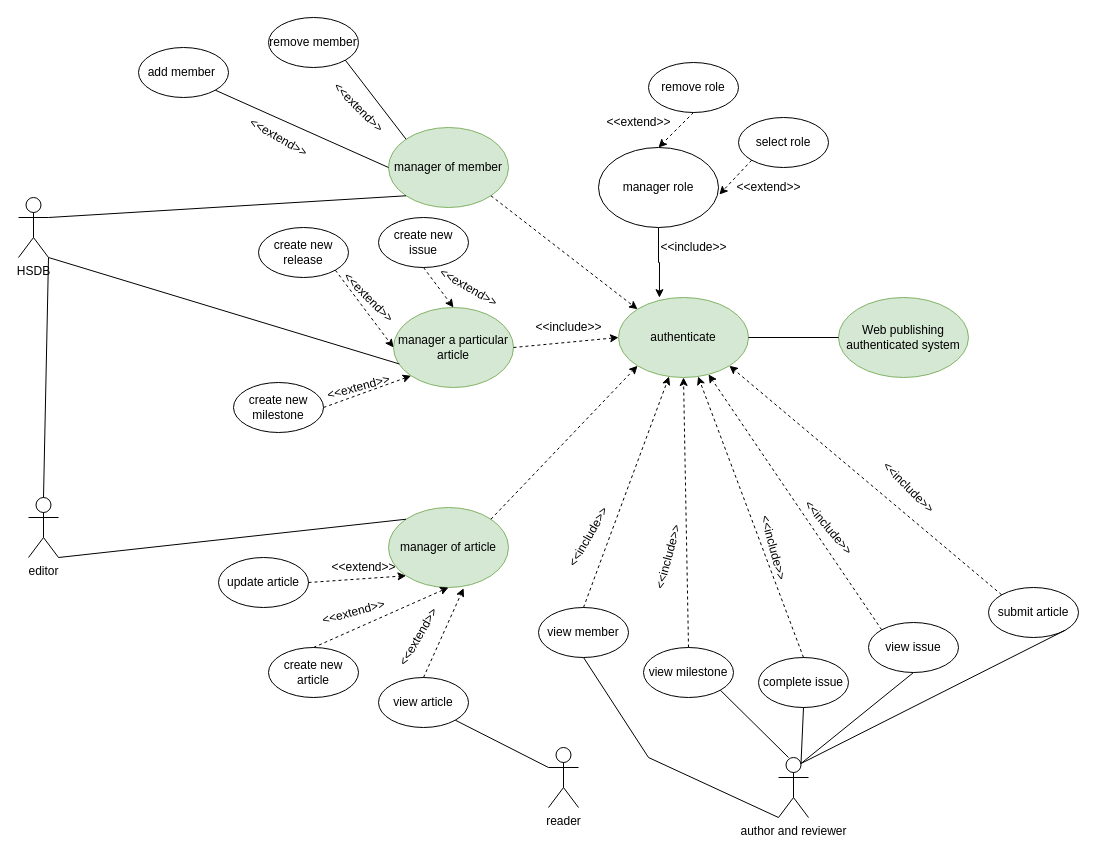
This is Untitled ff.drawio from stephenka00/github-slideshow, a draw.io file, before an edit. Source tidied: cells renumbered, new cells numbered last; positions are measured from the earlier drawing's top-left corner, leaving out a move shared by most shapes. Both pictures are drawn from the tidied source at 100%, with x=0, y=0 at pixel (18, 17).
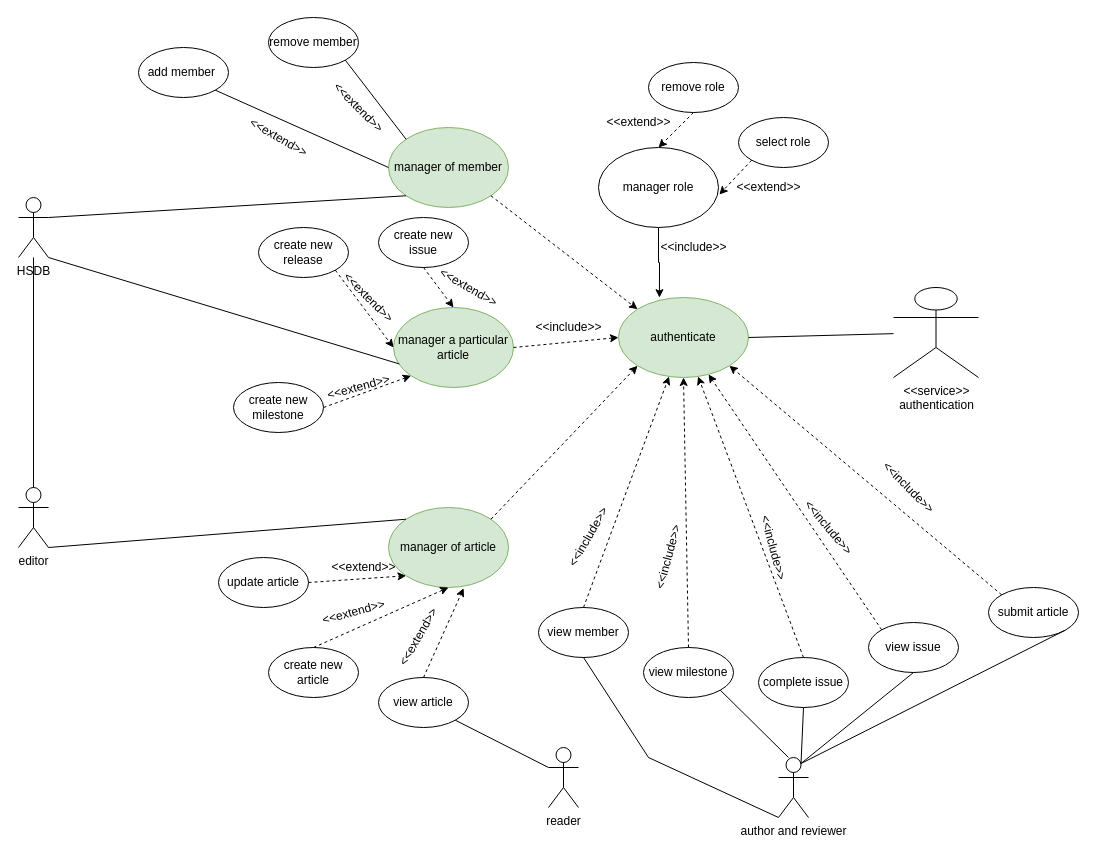
The same page after the edit.

The change refers to these unchanged cells:
```xml
<mxCell id="2" value="authenticate" style="ellipse;whiteSpace=wrap;html=1;fillColor=#d5e8d4;strokeColor=#82b366;" parent="1" vertex="1">
  <mxGeometry x="600" y="280" width="130" height="80" as="geometry" />
</mxCell>
<mxCell id="4" value="manager a particular&lt;br&gt;article" style="ellipse;whiteSpace=wrap;html=1;fillColor=#d5e8d4;strokeColor=#82b366;" parent="1" vertex="1">
  <mxGeometry x="375" y="290" width="120" height="80" as="geometry" />
</mxCell>
<mxCell id="38" value="HSDB" style="shape=umlActor;verticalLabelPosition=bottom;verticalAlign=top;html=1;outlineConnect=0;" parent="1" vertex="1">
  <mxGeometry y="180" width="30" height="60" as="geometry" />
</mxCell>
```

What changed in the source:
```diff
@@
-    <mxCell id="6" value="Web publishing authenticated system" style="ellipse;whiteSpace=wrap;html=1;fillColor=#d5e8d4;strokeColor=#82b366;" parent="1" vertex="1">
-      <mxGeometry x="820" y="280" width="130" height="80" as="geometry" />
-    </mxCell>
@@
     <mxCell id="39" value="editor" style="shape=umlActor;verticalLabelPosition=bottom;verticalAlign=top;html=1;outlineConnect=0;" parent="1" vertex="1">
-      <mxGeometry x="10" y="480" width="30" height="60" as="geometry" />
+      <mxGeometry y="470" width="30" height="60" as="geometry" />
     </mxCell>
-    <mxCell id="40" style="endArrow=none;html=1;rounded=0;strokeColor=default;exitX=0.5;exitY=0;exitDx=0;exitDy=0;exitPerimeter=0;entryX=1;entryY=1;entryDx=0;entryDy=0;entryPerimeter=0;" parent="1" edge="1" source="39" target="38">
+    <mxCell id="40" style="endArrow=none;html=1;rounded=0;strokeColor=default;exitX=0.5;exitY=0;exitDx=0;exitDy=0;exitPerimeter=0;" parent="1" edge="1" source="39" target="38">
       <mxGeometry relative="1" as="geometry" />
     </mxCell>
-    <mxCell id="41" style="endArrow=none;html=1;rounded=0;strokeColor=default;entryX=0.049;entryY=0.706;entryDx=0;entryDy=0;entryPerimeter=0;exitX=1;exitY=1;exitDx=0;exitDy=0;exitPerimeter=0;" parent="1" edge="1" source="38" target="4">
-      <mxGeometry relative="1" as="geometry" />
+    <mxCell id="41" style="endArrow=none;html=1;rounded=0;strokeColor=default;entryX=0.049;entryY=0.706;entryDx=0;entryDy=0;entryPerimeter=0;" parent="1" edge="1" target="4">
+      <mxGeometry relative="1" as="geometry">
+        <mxPoint x="30" y="240" as="sourcePoint" />
+      </mxGeometry>
     </mxCell>
@@
-    <mxCell id="63" style="endArrow=none;html=1;rounded=0;strokeColor=default;exitX=1;exitY=0.5;exitDx=0;exitDy=0;entryX=0;entryY=0.5;entryDx=0;entryDy=0;" parent="1" edge="1" source="2" target="6">
+    <mxCell id="63" style="endArrow=none;html=1;rounded=0;strokeColor=default;exitX=1;exitY=0.5;exitDx=0;exitDy=0;" parent="1" edge="1" source="2" target="74">
       <mxGeometry relative="1" as="geometry" />
     </mxCell>
@@
+    <mxCell id="74" value="&amp;lt;&amp;lt;service&amp;gt;&amp;gt;&lt;br&gt;authentication" style="shape=umlActor;verticalLabelPosition=bottom;verticalAlign=top;html=1;outlineConnect=0;" parent="1" vertex="1">
+      <mxGeometry x="875" y="270" width="85" height="90" as="geometry" />
+    </mxCell>
```
